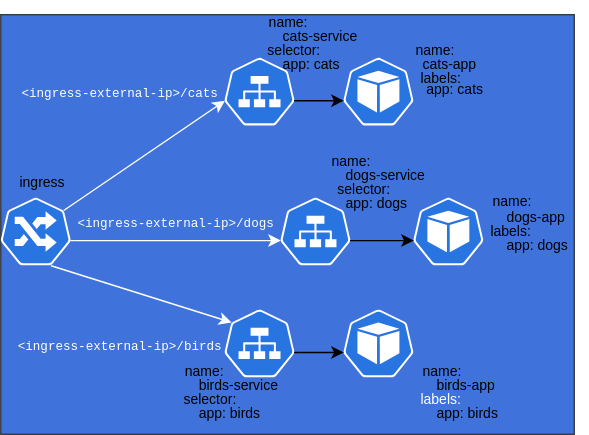
The draw.io diagram kubernetes/Lab-1/diagram.drawio.svg in Joska99/joska, before a commit. Source tidied: cells renumbered, new cells last; positions are measured from the earlier drawing's top-left corner, leaving out a move shared by most shapes.
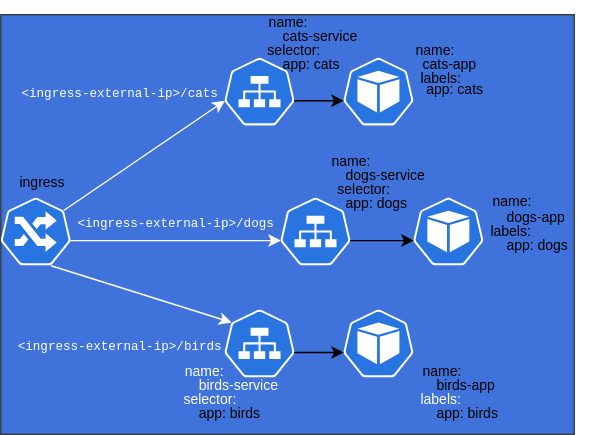
Above is the later version.

Change to the diagram source:
```diff
@@ -59,7 +59,7 @@
     <mxCell id="18" value="&lt;font style=&quot;font-size: 10px;&quot;&gt;dogs-service&lt;/font&gt;" style="text;html=1;strokeColor=none;fillColor=none;align=left;verticalAlign=middle;whiteSpace=wrap;rounded=0;" parent="1" vertex="1">
       <mxGeometry x="245" y="110" width="60" height="30" as="geometry" />
     </mxCell>
-    <mxCell id="19" value="&lt;font style=&quot;font-size: 10px;&quot;&gt;birds-service&lt;/font&gt;" style="text;html=1;strokeColor=none;fillColor=none;align=left;verticalAlign=middle;whiteSpace=wrap;rounded=0;" parent="1" vertex="1">
+    <mxCell id="19" value="&lt;font color=&quot;#ffffff&quot; style=&quot;font-size: 10px;&quot;&gt;birds-service&lt;/font&gt;" style="text;html=1;strokeColor=none;fillColor=none;align=left;verticalAlign=middle;whiteSpace=wrap;rounded=0;" parent="1" vertex="1">
       <mxGeometry x="140" y="260" width="60" height="30" as="geometry" />
     </mxCell>
     <mxCell id="20" value="&lt;font style=&quot;font-size: 10px;&quot;&gt;app: cats&lt;/font&gt;" style="text;html=1;strokeColor=none;fillColor=none;align=left;verticalAlign=middle;whiteSpace=wrap;rounded=0;" parent="1" vertex="1">
@@ -116,10 +116,10 @@
     <mxCell id="37" value="&lt;font style=&quot;font-size: 10px;&quot;&gt;labels:&lt;/font&gt;" style="text;html=1;align=center;verticalAlign=middle;whiteSpace=wrap;rounded=0;fontColor=#FFFFFF;" parent="1" vertex="1">
       <mxGeometry x="285" y="270" width="60" height="30" as="geometry" />
     </mxCell>
-    <mxCell id="38" value="&lt;font style=&quot;font-size: 10px;&quot;&gt;selector:&lt;/font&gt;" style="text;html=1;strokeColor=none;fillColor=none;align=center;verticalAlign=middle;whiteSpace=wrap;rounded=0;" parent="1" vertex="1">
+    <mxCell id="38" value="&lt;font color=&quot;#ffffff&quot; style=&quot;font-size: 10px;&quot;&gt;selector:&lt;/font&gt;" style="text;html=1;strokeColor=none;fillColor=none;align=center;verticalAlign=middle;whiteSpace=wrap;rounded=0;" parent="1" vertex="1">
       <mxGeometry x="120" y="270" width="60" height="30" as="geometry" />
     </mxCell>
-    <mxCell id="39" value="&lt;font style=&quot;font-size: 10px;&quot;&gt;name:&lt;/font&gt;" style="text;html=1;strokeColor=none;fillColor=none;align=left;verticalAlign=middle;whiteSpace=wrap;rounded=0;" parent="1" vertex="1">
+    <mxCell id="39" value="&lt;font color=&quot;#ffffff&quot; style=&quot;font-size: 10px;&quot;&gt;name:&lt;/font&gt;" style="text;html=1;strokeColor=none;fillColor=none;align=left;verticalAlign=middle;whiteSpace=wrap;rounded=0;" parent="1" vertex="1">
       <mxGeometry x="130" y="250" width="60" height="30" as="geometry" />
     </mxCell>
     <mxCell id="40" value="&lt;font style=&quot;font-size: 10px;&quot;&gt;name:&lt;/font&gt;" style="text;html=1;strokeColor=none;fillColor=none;align=left;verticalAlign=middle;whiteSpace=wrap;rounded=0;" parent="1" vertex="1">
```
